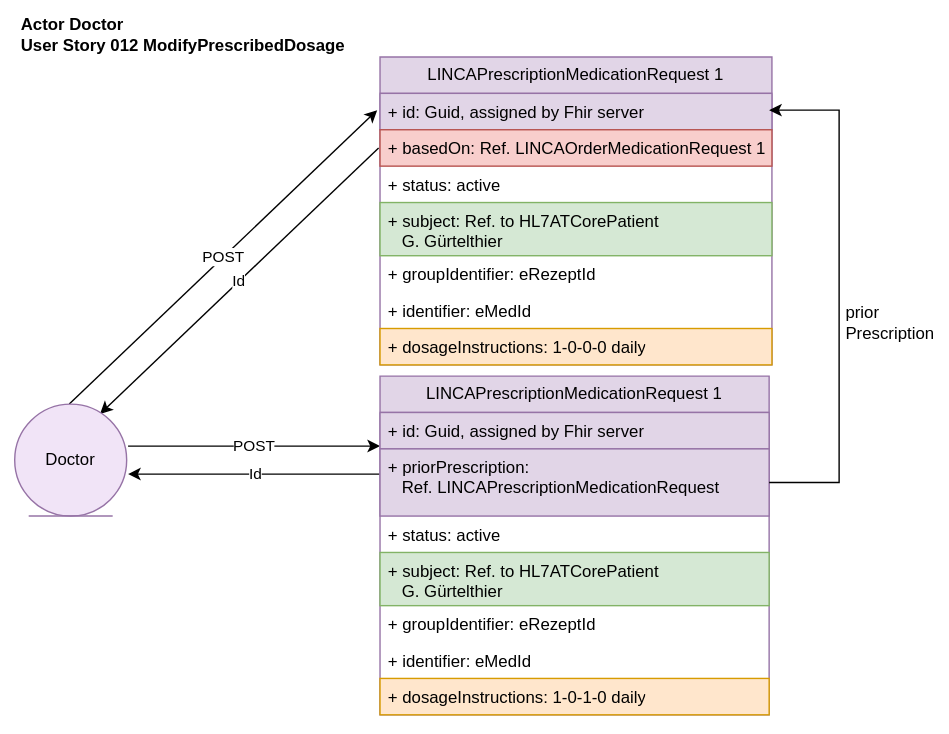
This is r5-LinkedCare-main/UserStory_012_diagram.svg from HL7Austria/hl7austria.github.io, a draw.io export, as it was before one commit. Source tidied: cells renumbered, new cells last; positions are measured from the earlier drawing's top-left corner, leaving out a move shared by most shapes. The source it was exported from:
```xml
<mxGraphModel>
  <root>
    <mxCell id="0" />
    <mxCell id="1" parent="0" />
    <mxCell id="2" value="&lt;div style=&quot;text-align: left;&quot;&gt;&lt;span style=&quot;background-color: initial;&quot;&gt;Actor Doctor&lt;/span&gt;&lt;/div&gt;User Story 012 ModifyPrescribedDosage" style="text;align=center;fontStyle=1;verticalAlign=middle;spacingLeft=3;spacingRight=3;strokeColor=none;html=1;" parent="1" vertex="1">
      <mxGeometry width="240" height="26" as="geometry" />
    </mxCell>
    <mxCell id="3" value="POST" style="endArrow=classic;html=1;rounded=0;" parent="1" edge="1">
      <mxGeometry relative="1" as="geometry">
        <mxPoint x="81" y="307" as="sourcePoint" />
        <mxPoint x="261" y="307" as="targetPoint" />
      </mxGeometry>
    </mxCell>
    <mxCell id="4" value="LINCAPrescriptionMedicationRequest 1" style="swimlane;fontStyle=0;horizontal=1;startSize=26;fillColor=#e1d5e7;whiteSpace=wrap;html=1;strokeColor=#9673a6;" parent="1" vertex="1">
      <mxGeometry x="261" y="29" width="280" height="220" as="geometry" />
    </mxCell>
    <mxCell id="5" value="+ id: Guid, assigned by Fhir server" style="text;strokeColor=#9673a6;fillColor=#e1d5e7;align=left;verticalAlign=top;spacingLeft=4;spacingRight=4;overflow=hidden;whiteSpace=wrap;html=1;" parent="4" vertex="1">
      <mxGeometry y="26" width="280" height="26" as="geometry" />
    </mxCell>
    <mxCell id="6" value="+ basedOn: Ref. LINCAOrderMedicationRequest 1" style="text;strokeColor=#b85450;fillColor=#f8cecc;align=left;verticalAlign=top;spacingLeft=4;spacingRight=4;overflow=hidden;whiteSpace=wrap;html=1;" parent="4" vertex="1">
      <mxGeometry y="52" width="280" height="26" as="geometry" />
    </mxCell>
    <mxCell id="7" value="+ status: active" style="text;align=left;verticalAlign=top;spacingLeft=4;spacingRight=4;overflow=hidden;whiteSpace=wrap;html=1;" parent="4" vertex="1">
      <mxGeometry y="78" width="280" height="26" as="geometry" />
    </mxCell>
    <mxCell id="8" value="+ subject: Ref. to HL7ATCorePatient&amp;nbsp; &lt;br&gt;&amp;nbsp; &amp;nbsp;G. Gürtelthier" style="text;strokeColor=#82b366;fillColor=#d5e8d4;align=left;verticalAlign=top;spacingLeft=4;spacingRight=4;overflow=hidden;whiteSpace=wrap;html=1;" parent="4" vertex="1">
      <mxGeometry y="104" width="280" height="38" as="geometry" />
    </mxCell>
    <mxCell id="9" value="+ groupIdentifier: eRezeptId" style="text;align=left;verticalAlign=top;spacingLeft=4;spacingRight=4;overflow=hidden;whiteSpace=wrap;html=1;" parent="4" vertex="1">
      <mxGeometry y="142" width="280" height="26" as="geometry" />
    </mxCell>
    <mxCell id="10" value="+ identifier: eMedId" style="text;align=left;verticalAlign=top;spacingLeft=4;spacingRight=4;overflow=hidden;whiteSpace=wrap;html=1;" parent="4" vertex="1">
      <mxGeometry y="168" width="280" height="26" as="geometry" />
    </mxCell>
    <mxCell id="11" value="+ dosageInstructions: 1-0-0-0 daily" style="text;align=left;verticalAlign=top;spacingLeft=4;spacingRight=4;overflow=hidden;whiteSpace=wrap;html=1;fillColor=#ffe6cc;strokeColor=#d79b00;" parent="4" vertex="1">
      <mxGeometry y="194" width="280" height="26" as="geometry" />
    </mxCell>
    <mxCell id="12" value="Id" style="endArrow=classic;html=1;rounded=0;exitX=0;exitY=0.5;exitDx=0;exitDy=0;" parent="1" edge="1">
      <mxGeometry relative="1" as="geometry">
        <mxPoint x="264" y="327" as="sourcePoint" />
        <mxPoint x="81" y="327" as="targetPoint" />
      </mxGeometry>
    </mxCell>
    <mxCell id="13" value="LINCAPrescriptionMedicationRequest 1" style="swimlane;fontStyle=0;horizontal=1;startSize=26;fillColor=#e1d5e7;whiteSpace=wrap;html=1;strokeColor=#9673a6;" parent="1" vertex="1">
      <mxGeometry x="261" y="257" width="278" height="242" as="geometry" />
    </mxCell>
    <mxCell id="14" value="+ id: Guid, assigned by Fhir server" style="text;strokeColor=#9673a6;fillColor=#e1d5e7;align=left;verticalAlign=top;spacingLeft=4;spacingRight=4;overflow=hidden;whiteSpace=wrap;html=1;" parent="13" vertex="1">
      <mxGeometry y="26" width="278" height="26" as="geometry" />
    </mxCell>
    <mxCell id="15" value="+ priorPrescription: &lt;br&gt;&amp;nbsp; &amp;nbsp;Ref. LINCAPrescriptionMedicationRequest" style="text;strokeColor=#9673a6;fillColor=#e1d5e7;align=left;verticalAlign=top;spacingLeft=4;spacingRight=4;overflow=hidden;points=[[0,0.5],[1,0.5]];portConstraint=eastwest;whiteSpace=wrap;html=1;" parent="13" vertex="1">
      <mxGeometry y="52" width="278" height="48" as="geometry" />
    </mxCell>
    <mxCell id="16" value="+ status: active" style="text;align=left;verticalAlign=top;spacingLeft=4;spacingRight=4;overflow=hidden;whiteSpace=wrap;html=1;" parent="13" vertex="1">
      <mxGeometry y="100" width="278" height="26" as="geometry" />
    </mxCell>
    <mxCell id="17" value="+ subject: Ref. to HL7ATCorePatient&amp;nbsp; &lt;br&gt;&amp;nbsp; &amp;nbsp;G. Gürtelthier" style="text;strokeColor=#82b366;fillColor=#d5e8d4;align=left;verticalAlign=top;spacingLeft=4;spacingRight=4;overflow=hidden;whiteSpace=wrap;html=1;" parent="13" vertex="1">
      <mxGeometry y="126" width="278" height="38" as="geometry" />
    </mxCell>
    <mxCell id="18" value="+ groupIdentifier: eRezeptId" style="text;align=left;verticalAlign=top;spacingLeft=4;spacingRight=4;overflow=hidden;whiteSpace=wrap;html=1;" parent="13" vertex="1">
      <mxGeometry y="164" width="278" height="26" as="geometry" />
    </mxCell>
    <mxCell id="19" value="+ identifier: eMedId" style="text;align=left;verticalAlign=top;spacingLeft=4;spacingRight=4;overflow=hidden;whiteSpace=wrap;html=1;" parent="13" vertex="1">
      <mxGeometry y="190" width="278" height="26" as="geometry" />
    </mxCell>
    <mxCell id="20" value="+ dosageInstructions: 1-0-1-0 daily" style="text;align=left;verticalAlign=top;spacingLeft=4;spacingRight=4;overflow=hidden;whiteSpace=wrap;html=1;fillColor=#ffe6cc;strokeColor=#d79b00;" parent="13" vertex="1">
      <mxGeometry y="216" width="278" height="26" as="geometry" />
    </mxCell>
    <mxCell id="21" style="endArrow=classic;html=1;rounded=0;exitX=1;exitY=0.5;exitDx=0;exitDy=0;" parent="1" edge="1" source="15">
      <mxGeometry relative="1" as="geometry">
        <mxPoint x="539" y="67" as="targetPoint" />
        <Array as="points">
          <mxPoint x="589" y="333" />
          <mxPoint x="589" y="67" />
        </Array>
      </mxGeometry>
    </mxCell>
    <mxCell id="22" value="prior&lt;br&gt;Prescription" style="text;html=1;strokeColor=none;fillColor=none;align=left;verticalAlign=left;whiteSpace=wrap;rounded=0;" parent="1" vertex="1">
      <mxGeometry x="592" y="197" width="60" height="30" as="geometry" />
    </mxCell>
    <mxCell id="23" value="POST" style="endArrow=classic;html=1;rounded=0;" parent="1" edge="1">
      <mxGeometry relative="1" as="geometry">
        <mxPoint x="39" y="277" as="sourcePoint" />
        <mxPoint x="259" y="67" as="targetPoint" />
      </mxGeometry>
    </mxCell>
    <mxCell id="24" value="Id" style="endArrow=classic;html=1;rounded=0;" parent="1" edge="1">
      <mxGeometry relative="1" as="geometry">
        <mxPoint x="260" y="94" as="sourcePoint" />
        <mxPoint x="61" y="284" as="targetPoint" />
      </mxGeometry>
    </mxCell>
    <mxCell id="25" value="Doctor" style="ellipse;shape=umlEntity;whiteSpace=wrap;html=1;fillColor=#F1E4F7;strokeColor=#9673a6;" parent="1" vertex="1">
      <mxGeometry y="277" width="80" height="80" as="geometry" />
    </mxCell>
  </root>
</mxGraphModel>
```
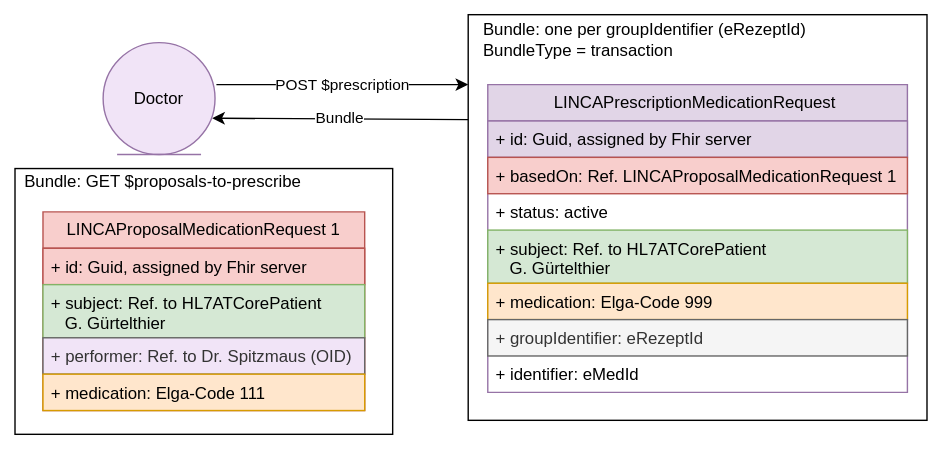
After the commit.

What changed in the source:
```diff
@@ -2,95 +2,71 @@
   <root>
     <mxCell id="0" />
     <mxCell id="1" parent="0" />
-    <mxCell id="2" value="&lt;div style=&quot;text-align: left;&quot;&gt;&lt;span style=&quot;background-color: initial;&quot;&gt;Actor Doctor&lt;/span&gt;&lt;/div&gt;User Story 012 ModifyPrescribedDosage" style="text;align=center;fontStyle=1;verticalAlign=middle;spacingLeft=3;spacingRight=3;strokeColor=none;html=1;" parent="1" vertex="1">
-      <mxGeometry width="240" height="26" as="geometry" />
-    </mxCell>
+    <mxCell id="26" style="rounded=0;whiteSpace=wrap;html=1;" parent="1" vertex="1">
+      <mxGeometry x="261" y="17" width="328" height="290" as="geometry" />
+    </mxCell>
+    <mxCell id="27" style="rounded=0;whiteSpace=wrap;html=1;" parent="1" vertex="1">
+      <mxGeometry x="-63" y="127" width="270" height="190" as="geometry" />
+    </mxCell>
-    <mxCell id="3" value="POST" style="endArrow=classic;html=1;rounded=0;" parent="1" edge="1">
+    <mxCell id="3" value="POST $prescription" style="endArrow=classic;html=1;rounded=0;" parent="1" edge="1">
       <mxGeometry relative="1" as="geometry">
-        <mxPoint x="81" y="307" as="sourcePoint" />
-        <mxPoint x="261" y="307" as="targetPoint" />
+        <mxPoint x="81" y="67" as="sourcePoint" />
+        <mxPoint x="261" y="67" as="targetPoint" />
       </mxGeometry>
     </mxCell>
-    <mxCell id="4" value="LINCAPrescriptionMedicationRequest 1" style="swimlane;fontStyle=0;horizontal=1;startSize=26;fillColor=#e1d5e7;whiteSpace=wrap;html=1;strokeColor=#9673a6;" parent="1" vertex="1">
-      <mxGeometry x="261" y="29" width="280" height="220" as="geometry" />
+    <mxCell id="4" value="LINCAPrescriptionMedicationRequest&amp;nbsp;" style="swimlane;fontStyle=0;horizontal=1;startSize=26;fillColor=#e1d5e7;whiteSpace=wrap;html=1;strokeColor=#9673a6;" parent="1" vertex="1">
+      <mxGeometry x="275" y="67" width="300" height="220" as="geometry" />
     </mxCell>
     <mxCell id="5" value="+ id: Guid, assigned by Fhir server" style="text;strokeColor=#9673a6;fillColor=#e1d5e7;align=left;verticalAlign=top;spacingLeft=4;spacingRight=4;overflow=hidden;whiteSpace=wrap;html=1;" parent="4" vertex="1">
-      <mxGeometry y="26" width="280" height="26" as="geometry" />
+      <mxGeometry y="26" width="300" height="26" as="geometry" />
     </mxCell>
-    <mxCell id="6" value="+ basedOn: Ref. LINCAOrderMedicationRequest 1" style="text;strokeColor=#b85450;fillColor=#f8cecc;align=left;verticalAlign=top;spacingLeft=4;spacingRight=4;overflow=hidden;whiteSpace=wrap;html=1;" parent="4" vertex="1">
-      <mxGeometry y="52" width="280" height="26" as="geometry" />
+    <mxCell id="6" value="+ basedOn: Ref. LINCAProposalMedicationRequest 1" style="text;strokeColor=#b85450;fillColor=#f8cecc;align=left;verticalAlign=top;spacingLeft=4;spacingRight=4;overflow=hidden;whiteSpace=wrap;html=1;" parent="4" vertex="1">
+      <mxGeometry y="52" width="300" height="26" as="geometry" />
     </mxCell>
     <mxCell id="7" value="+ status: active" style="text;align=left;verticalAlign=top;spacingLeft=4;spacingRight=4;overflow=hidden;whiteSpace=wrap;html=1;" parent="4" vertex="1">
-      <mxGeometry y="78" width="280" height="26" as="geometry" />
+      <mxGeometry y="78" width="300" height="26" as="geometry" />
     </mxCell>
-    <mxCell id="8" value="+ subject: Ref. to HL7ATCorePatient&amp;nbsp; &lt;br&gt;&amp;nbsp; &amp;nbsp;G. Gürtelthier" style="text;strokeColor=#82b366;fillColor=#d5e8d4;align=left;verticalAlign=top;spacingLeft=4;spacingRight=4;overflow=hidden;whiteSpace=wrap;html=1;" parent="4" vertex="1">
-      <mxGeometry y="104" width="280" height="38" as="geometry" />
-    </mxCell>
+    <mxCell id="28" value="+ subject: Ref. to HL7ATCorePatient&amp;nbsp; &lt;br&gt;&amp;nbsp; &amp;nbsp;G. Gürtelthier" style="text;strokeColor=#82b366;fillColor=#d5e8d4;align=left;verticalAlign=top;spacingLeft=4;spacingRight=4;overflow=hidden;whiteSpace=wrap;html=1;" parent="4" vertex="1">
+      <mxGeometry y="104" width="300" height="38" as="geometry" />
+    </mxCell>
+    <mxCell id="29" value="+ medication: Elga-Code 999" style="text;align=left;verticalAlign=top;spacingLeft=4;spacingRight=4;overflow=hidden;whiteSpace=wrap;html=1;fillColor=#ffe6cc;strokeColor=#d79b00;" parent="4" vertex="1">
+      <mxGeometry y="142" width="300" height="26" as="geometry" />
+    </mxCell>
-    <mxCell id="9" value="+ groupIdentifier: eRezeptId" style="text;align=left;verticalAlign=top;spacingLeft=4;spacingRight=4;overflow=hidden;whiteSpace=wrap;html=1;" parent="4" vertex="1">
-      <mxGeometry y="142" width="280" height="26" as="geometry" />
+    <mxCell id="9" value="+ groupIdentifier: eRezeptId" style="text;align=left;verticalAlign=top;spacingLeft=4;spacingRight=4;overflow=hidden;whiteSpace=wrap;html=1;fillColor=#f5f5f5;fontColor=#333333;strokeColor=#666666;" parent="4" vertex="1">
+      <mxGeometry y="168" width="300" height="26" as="geometry" />
     </mxCell>
     <mxCell id="10" value="+ identifier: eMedId" style="text;align=left;verticalAlign=top;spacingLeft=4;spacingRight=4;overflow=hidden;whiteSpace=wrap;html=1;" parent="4" vertex="1">
-      <mxGeometry y="168" width="280" height="26" as="geometry" />
+      <mxGeometry y="194" width="300" height="26" as="geometry" />
     </mxCell>
-    <mxCell id="11" value="+ dosageInstructions: 1-0-0-0 daily" style="text;align=left;verticalAlign=top;spacingLeft=4;spacingRight=4;overflow=hidden;whiteSpace=wrap;html=1;fillColor=#ffe6cc;strokeColor=#d79b00;" parent="4" vertex="1">
-      <mxGeometry y="194" width="280" height="26" as="geometry" />
-    </mxCell>
-    <mxCell id="12" value="Id" style="endArrow=classic;html=1;rounded=0;exitX=0;exitY=0.5;exitDx=0;exitDy=0;" parent="1" edge="1">
+    <mxCell id="12" value="Bundle" style="endArrow=classic;html=1;rounded=0;" parent="1" edge="1">
       <mxGeometry relative="1" as="geometry">
-        <mxPoint x="264" y="327" as="sourcePoint" />
-        <mxPoint x="81" y="327" as="targetPoint" />
+        <mxPoint x="261" y="92" as="sourcePoint" />
+        <mxPoint x="78" y="91" as="targetPoint" />
       </mxGeometry>
     </mxCell>
-    <mxCell id="13" value="LINCAPrescriptionMedicationRequest 1" style="swimlane;fontStyle=0;horizontal=1;startSize=26;fillColor=#e1d5e7;whiteSpace=wrap;html=1;strokeColor=#9673a6;" parent="1" vertex="1">
-      <mxGeometry x="261" y="257" width="278" height="242" as="geometry" />
-    </mxCell>
+    <mxCell id="30" value="LINCAProposalMedicationRequest 1" style="swimlane;fontStyle=0;horizontal=1;startSize=26;fillColor=#f8cecc;whiteSpace=wrap;html=1;strokeColor=#b85450;" parent="1" vertex="1">
+      <mxGeometry x="-43" y="158" width="230" height="142" as="geometry" />
+    </mxCell>
-    <mxCell id="14" value="+ id: Guid, assigned by Fhir server" style="text;strokeColor=#9673a6;fillColor=#e1d5e7;align=left;verticalAlign=top;spacingLeft=4;spacingRight=4;overflow=hidden;whiteSpace=wrap;html=1;" parent="13" vertex="1">
-      <mxGeometry y="26" width="278" height="26" as="geometry" />
+    <mxCell id="14" value="+ id: Guid, assigned by Fhir server" style="text;strokeColor=#b85450;fillColor=#f8cecc;align=left;verticalAlign=top;spacingLeft=4;spacingRight=4;overflow=hidden;whiteSpace=wrap;html=1;" parent="30" vertex="1">
+      <mxGeometry y="26" width="230" height="26" as="geometry" />
     </mxCell>
-    <mxCell id="15" value="+ priorPrescription: &lt;br&gt;&amp;nbsp; &amp;nbsp;Ref. LINCAPrescriptionMedicationRequest" style="text;strokeColor=#9673a6;fillColor=#e1d5e7;align=left;verticalAlign=top;spacingLeft=4;spacingRight=4;overflow=hidden;points=[[0,0.5],[1,0.5]];portConstraint=eastwest;whiteSpace=wrap;html=1;" parent="13" vertex="1">
-      <mxGeometry y="52" width="278" height="48" as="geometry" />
-    </mxCell>
-    <mxCell id="16" value="+ status: active" style="text;align=left;verticalAlign=top;spacingLeft=4;spacingRight=4;overflow=hidden;whiteSpace=wrap;html=1;" parent="13" vertex="1">
-      <mxGeometry y="100" width="278" height="26" as="geometry" />
-    </mxCell>
-    <mxCell id="17" value="+ subject: Ref. to HL7ATCorePatient&amp;nbsp; &lt;br&gt;&amp;nbsp; &amp;nbsp;G. Gürtelthier" style="text;strokeColor=#82b366;fillColor=#d5e8d4;align=left;verticalAlign=top;spacingLeft=4;spacingRight=4;overflow=hidden;whiteSpace=wrap;html=1;" parent="13" vertex="1">
-      <mxGeometry y="126" width="278" height="38" as="geometry" />
-    </mxCell>
-    <mxCell id="18" value="+ groupIdentifier: eRezeptId" style="text;align=left;verticalAlign=top;spacingLeft=4;spacingRight=4;overflow=hidden;whiteSpace=wrap;html=1;" parent="13" vertex="1">
-      <mxGeometry y="164" width="278" height="26" as="geometry" />
-    </mxCell>
-    <mxCell id="19" value="+ identifier: eMedId" style="text;align=left;verticalAlign=top;spacingLeft=4;spacingRight=4;overflow=hidden;whiteSpace=wrap;html=1;" parent="13" vertex="1">
-      <mxGeometry y="190" width="278" height="26" as="geometry" />
-    </mxCell>
-    <mxCell id="20" value="+ dosageInstructions: 1-0-1-0 daily" style="text;align=left;verticalAlign=top;spacingLeft=4;spacingRight=4;overflow=hidden;whiteSpace=wrap;html=1;fillColor=#ffe6cc;strokeColor=#d79b00;" parent="13" vertex="1">
-      <mxGeometry y="216" width="278" height="26" as="geometry" />
-    </mxCell>
-    <mxCell id="21" style="endArrow=classic;html=1;rounded=0;exitX=1;exitY=0.5;exitDx=0;exitDy=0;" parent="1" edge="1" source="15">
-      <mxGeometry relative="1" as="geometry">
-        <mxPoint x="539" y="67" as="targetPoint" />
-        <Array as="points">
-          <mxPoint x="589" y="333" />
-          <mxPoint x="589" y="67" />
-        </Array>
-      </mxGeometry>
-    </mxCell>
-    <mxCell id="22" value="prior&lt;br&gt;Prescription" style="text;html=1;strokeColor=none;fillColor=none;align=left;verticalAlign=left;whiteSpace=wrap;rounded=0;" parent="1" vertex="1">
-      <mxGeometry x="592" y="197" width="60" height="30" as="geometry" />
-    </mxCell>
-    <mxCell id="23" value="POST" style="endArrow=classic;html=1;rounded=0;" parent="1" edge="1">
-      <mxGeometry relative="1" as="geometry">
-        <mxPoint x="39" y="277" as="sourcePoint" />
-        <mxPoint x="259" y="67" as="targetPoint" />
-      </mxGeometry>
-    </mxCell>
-    <mxCell id="24" value="Id" style="endArrow=classic;html=1;rounded=0;" parent="1" edge="1">
-      <mxGeometry relative="1" as="geometry">
-        <mxPoint x="260" y="94" as="sourcePoint" />
-        <mxPoint x="61" y="284" as="targetPoint" />
-      </mxGeometry>
-    </mxCell>
+    <mxCell id="31" value="+ subject: Ref. to HL7ATCorePatient&amp;nbsp; &lt;br&gt;&amp;nbsp; &amp;nbsp;G. Gürtelthier" style="text;strokeColor=#82b366;fillColor=#d5e8d4;align=left;verticalAlign=top;spacingLeft=4;spacingRight=4;overflow=hidden;whiteSpace=wrap;html=1;" parent="30" vertex="1">
+      <mxGeometry y="52" width="230" height="38" as="geometry" />
+    </mxCell>
+    <mxCell id="32" value="+ performer: Ref. to Dr. Spitzmaus (OID)" style="text;strokeColor=#666666;fillColor=#F1E4F7;align=left;verticalAlign=top;spacingLeft=4;spacingRight=4;overflow=hidden;whiteSpace=wrap;html=1;fontColor=#333333;" parent="30" vertex="1">
+      <mxGeometry y="90" width="230" height="26" as="geometry" />
+    </mxCell>
+    <mxCell id="33" value="+ medication: Elga-Code 111" style="text;align=left;verticalAlign=top;spacingLeft=4;spacingRight=4;overflow=hidden;whiteSpace=wrap;html=1;fillColor=#ffe6cc;strokeColor=#d79b00;" parent="30" vertex="1">
+      <mxGeometry y="116" width="230" height="26" as="geometry" />
+    </mxCell>
+    <mxCell id="34" value="Bundle: GET $proposals-to-prescribe" style="text;html=1;strokeColor=none;fillColor=none;align=center;verticalAlign=middle;whiteSpace=wrap;rounded=0;" parent="1" vertex="1">
+      <mxGeometry x="-63" y="122" width="212" height="30" as="geometry" />
+    </mxCell>
     <mxCell id="25" value="Doctor" style="ellipse;shape=umlEntity;whiteSpace=wrap;html=1;fillColor=#F1E4F7;strokeColor=#9673a6;" parent="1" vertex="1">
-      <mxGeometry y="277" width="80" height="80" as="geometry" />
+      <mxGeometry y="37" width="80" height="80" as="geometry" />
     </mxCell>
+    <mxCell id="35" value="Bundle: one per groupIdentifier (eRezeptId)&lt;br&gt;BundleType = transaction" style="text;html=1;strokeColor=none;fillColor=none;align=left;verticalAlign=middle;whiteSpace=wrap;rounded=0;" parent="1" vertex="1">
+      <mxGeometry x="270" y="20" width="249" height="30" as="geometry" />
+    </mxCell>
   </root>
 </mxGraphModel>
```
